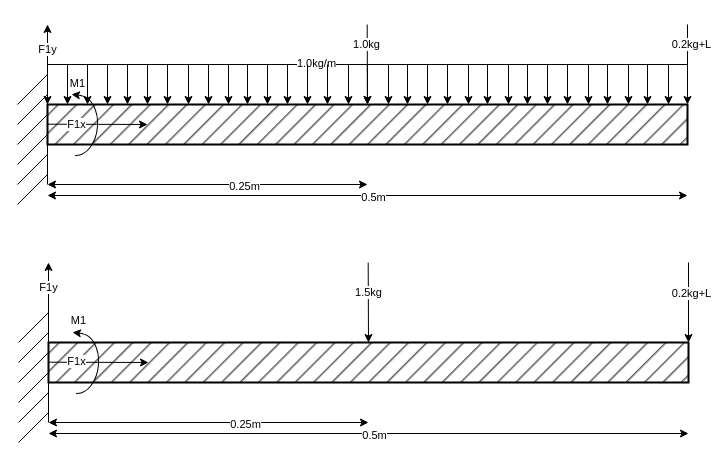
This is page "Page-1" (1 of 3) of Kretstegninger/FBD.drawio from DAwesomEL/BachelorProsjekt, a draw.io file, before an edit. Source tidied: cells renumbered, new cells numbered last; positions are measured from the earlier drawing's top-left corner, leaving out a move shared by most shapes. Both pictures are drawn from the tidied source at 100%, with x=0, y=0 at pixel (17, 24).
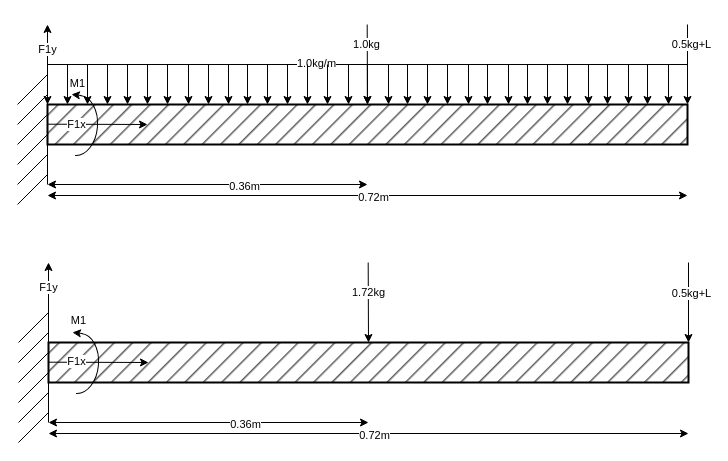
Above is the later version.

The change refers to these unchanged cells:
```xml
<mxCell id="10" style="endArrow=classic;html=1;rounded=0;entryX=1;entryY=0;entryDx=0;entryDy=0;" parent="1" edge="1" target="2">
  <mxGeometry relative="1" as="geometry">
    <mxPoint x="670" as="sourcePoint" />
  </mxGeometry>
</mxCell>
<mxCell id="19" style="endArrow=classic;html=1;rounded=0;endFill=1;startArrow=classic;startFill=1;" parent="1" edge="1">
  <mxGeometry relative="1" as="geometry">
    <mxPoint x="30" y="171" as="sourcePoint" />
    <mxPoint x="670" y="171" as="targetPoint" />
  </mxGeometry>
</mxCell>
<mxCell id="26" style="endArrow=classic;html=1;rounded=0;endFill=1;startArrow=classic;startFill=1;" parent="1" edge="1">
  <mxGeometry relative="1" as="geometry">
    <mxPoint x="30" y="160" as="sourcePoint" />
    <mxPoint x="350" y="160" as="targetPoint" />
  </mxGeometry>
</mxCell>
<mxCell id="60" style="endArrow=classic;html=1;rounded=0;entryX=1;entryY=0;entryDx=0;entryDy=0;" parent="1" edge="1" target="52">
  <mxGeometry relative="1" as="geometry">
    <mxPoint x="671" y="238" as="sourcePoint" />
  </mxGeometry>
</mxCell>
<mxCell id="62" style="endArrow=classic;html=1;rounded=0;endFill=1;startArrow=classic;startFill=1;" parent="1" edge="1">
  <mxGeometry relative="1" as="geometry">
    <mxPoint x="31" y="409" as="sourcePoint" />
    <mxPoint x="671" y="409" as="targetPoint" />
  </mxGeometry>
</mxCell>
<mxCell id="64" style="endArrow=classic;html=1;rounded=0;endFill=1;startArrow=classic;startFill=1;" parent="1" edge="1">
  <mxGeometry relative="1" as="geometry">
    <mxPoint x="31" y="398" as="sourcePoint" />
    <mxPoint x="351" y="398" as="targetPoint" />
  </mxGeometry>
</mxCell>
<mxCell id="66" style="endArrow=classic;html=1;rounded=0;entryX=0.5;entryY=0;entryDx=0;entryDy=0;" parent="1" edge="1" target="52">
  <mxGeometry relative="1" as="geometry">
    <mxPoint x="350.7" y="238" as="sourcePoint" />
  </mxGeometry>
</mxCell>
```

Change to the diagram source:
```diff
@@
-    <mxCell id="11" value="0.2kg+L" style="edgeLabel;html=1;align=center;verticalAlign=middle;" parent="10" vertex="1">
+    <mxCell id="11" value="0.5kg+L" style="edgeLabel;html=1;align=center;verticalAlign=middle;" parent="10" vertex="1">
       <mxGeometry x="-0.62" y="3" relative="1" as="geometry">
         <mxPoint y="4" as="offset" />
       </mxGeometry>
     </mxCell>
@@
-    <mxCell id="20" value="0.5m" style="edgeLabel;html=1;align=center;verticalAlign=middle;" parent="19" vertex="1">
+    <mxCell id="20" value="0.72m" style="edgeLabel;html=1;align=center;verticalAlign=middle;" parent="19" vertex="1">
       <mxGeometry x="-0.19" y="-1" relative="1" as="geometry">
         <mxPoint x="66" as="offset" />
       </mxGeometry>
     </mxCell>
@@
-    <mxCell id="27" value="0.25m" style="edgeLabel;html=1;align=center;verticalAlign=middle;" parent="26" vertex="1">
+    <mxCell id="27" value="0.36m" style="edgeLabel;html=1;align=center;verticalAlign=middle;" parent="26" vertex="1">
       <mxGeometry x="-0.19" y="-1" relative="1" as="geometry">
         <mxPoint x="66" as="offset" />
       </mxGeometry>
     </mxCell>
@@
-    <mxCell id="61" value="0.2kg+L" style="edgeLabel;html=1;align=center;verticalAlign=middle;" parent="60" vertex="1">
+    <mxCell id="61" value="0.5kg+L" style="edgeLabel;html=1;align=center;verticalAlign=middle;" parent="60" vertex="1">
       <mxGeometry x="-0.24" y="2" relative="1" as="geometry" />
     </mxCell>
@@
-    <mxCell id="63" value="0.5m" style="edgeLabel;html=1;align=center;verticalAlign=middle;" parent="62" vertex="1">
+    <mxCell id="63" value="0.72m" style="edgeLabel;html=1;align=center;verticalAlign=middle;" parent="62" vertex="1">
       <mxGeometry x="-0.19" y="-1" relative="1" as="geometry">
         <mxPoint x="66" as="offset" />
       </mxGeometry>
     </mxCell>
@@
-    <mxCell id="65" value="0.25m" style="edgeLabel;html=1;align=center;verticalAlign=middle;" parent="64" vertex="1">
+    <mxCell id="65" value="0.36m" style="edgeLabel;html=1;align=center;verticalAlign=middle;" parent="64" vertex="1">
       <mxGeometry x="-0.19" y="-1" relative="1" as="geometry">
         <mxPoint x="66" as="offset" />
       </mxGeometry>
     </mxCell>
@@
-    <mxCell id="67" value="1.5kg" style="edgeLabel;html=1;align=center;verticalAlign=middle;" parent="66" vertex="1">
+    <mxCell id="67" value="1.72kg" style="edgeLabel;html=1;align=center;verticalAlign=middle;" parent="66" vertex="1">
       <mxGeometry x="-0.62" y="3" relative="1" as="geometry">
         <mxPoint x="-3" y="15" as="offset" />
       </mxGeometry>
     </mxCell>
```
